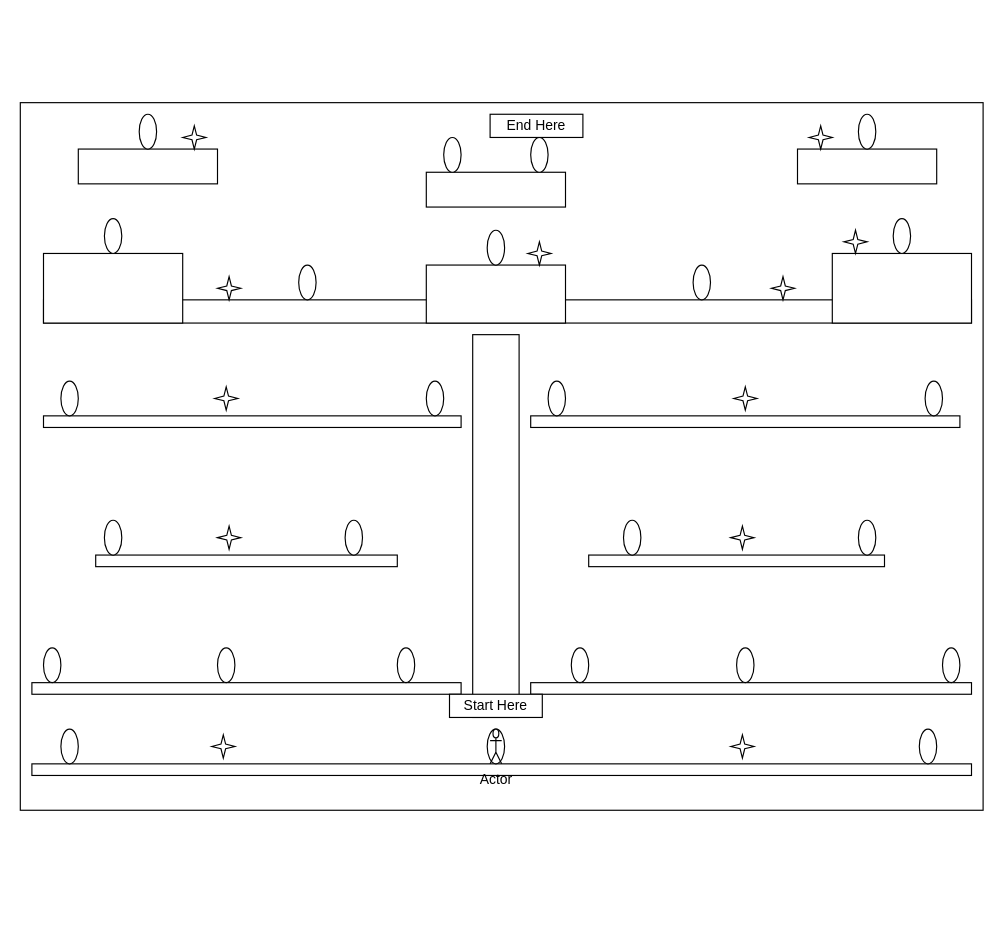
Earlier version of the draw.io diagram Untitled Diagram.drawio (Dvogel345/Capstone-Project1). Source tidied: cells renumbered, new cells numbered last; positions are measured from the earlier drawing's top-left corner, leaving out a move shared by most shapes. Both pictures are drawn from the tidied source at 116%, with x=0, y=0 at pixel (20, 102).
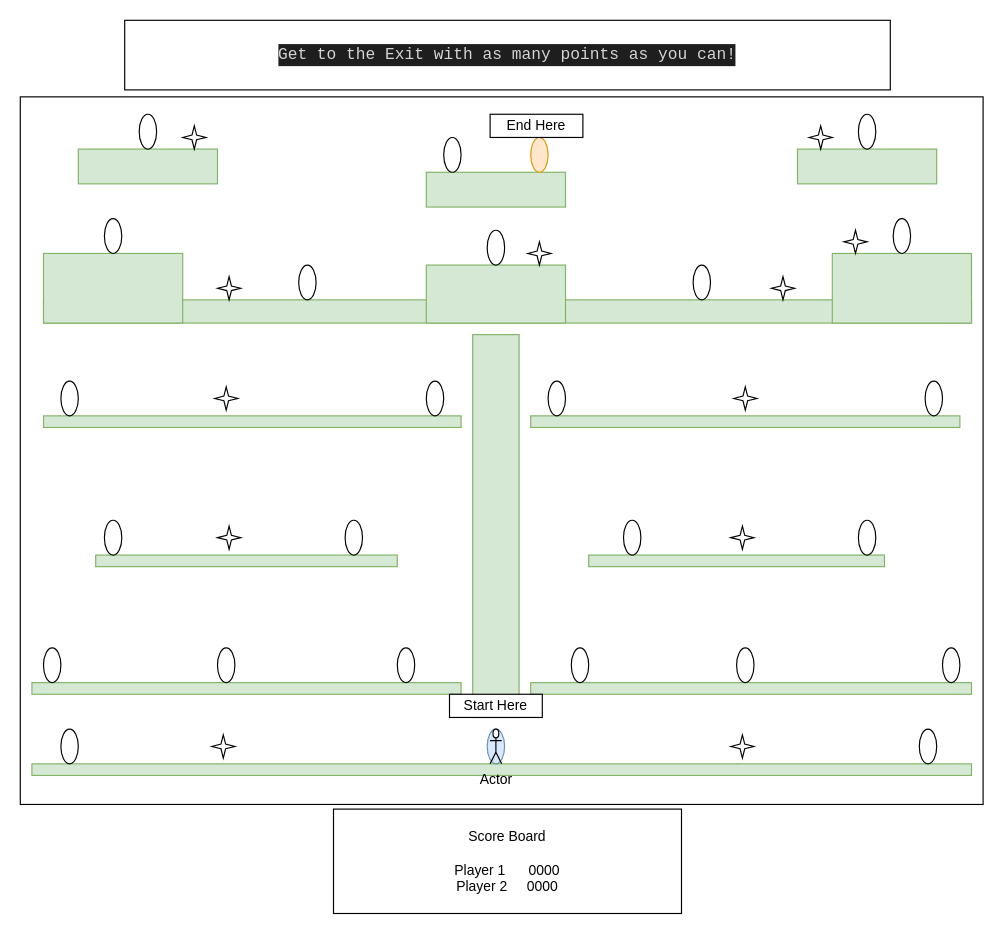
The same page after the edit.

Commit message:
Added title and scoreboard to markup.drawio

What changed in the source:
```diff
@@
     <mxCell id="2" style="rounded=0;whiteSpace=wrap;html=1;" parent="1" vertex="1">
-      <mxGeometry width="830" height="610" as="geometry" />
+      <mxGeometry y="-5" width="830" height="610" as="geometry" />
     </mxCell>
-    <mxCell id="3" style="rounded=0;whiteSpace=wrap;html=1;" parent="1" vertex="1">
+    <mxCell id="3" style="rounded=0;whiteSpace=wrap;html=1;fillColor=#d5e8d4;strokeColor=#82b366;" parent="1" vertex="1">
       <mxGeometry x="10" y="570" width="810" height="10" as="geometry" />
     </mxCell>
-    <mxCell id="4" style="rounded=0;whiteSpace=wrap;html=1;" parent="1" vertex="1">
+    <mxCell id="4" style="rounded=0;whiteSpace=wrap;html=1;fillColor=#d5e8d4;strokeColor=#82b366;" parent="1" vertex="1">
       <mxGeometry x="10" y="500" width="370" height="10" as="geometry" />
     </mxCell>
-    <mxCell id="5" style="rounded=0;whiteSpace=wrap;html=1;" parent="1" vertex="1">
+    <mxCell id="5" style="rounded=0;whiteSpace=wrap;html=1;fillColor=#d5e8d4;strokeColor=#82b366;" parent="1" vertex="1">
       <mxGeometry x="440" y="500" width="380" height="10" as="geometry" />
     </mxCell>
-    <mxCell id="6" style="rounded=0;whiteSpace=wrap;html=1;" parent="1" vertex="1">
+    <mxCell id="6" style="rounded=0;whiteSpace=wrap;html=1;fillColor=#d5e8d4;strokeColor=#82b366;" parent="1" vertex="1">
       <mxGeometry x="390" y="200" width="40" height="330" as="geometry" />
     </mxCell>
-    <mxCell id="7" style="rounded=0;whiteSpace=wrap;html=1;" parent="1" vertex="1">
+    <mxCell id="7" style="rounded=0;whiteSpace=wrap;html=1;fillColor=#d5e8d4;strokeColor=#82b366;" parent="1" vertex="1">
       <mxGeometry x="20" y="170" width="800" height="20" as="geometry" />
     </mxCell>
-    <mxCell id="8" style="rounded=0;whiteSpace=wrap;html=1;" parent="1" vertex="1">
+    <mxCell id="8" style="rounded=0;whiteSpace=wrap;html=1;fillColor=#d5e8d4;strokeColor=#82b366;" parent="1" vertex="1">
       <mxGeometry x="20" y="130" width="120" height="60" as="geometry" />
     </mxCell>
-    <mxCell id="9" style="rounded=0;whiteSpace=wrap;html=1;" parent="1" vertex="1">
+    <mxCell id="9" style="rounded=0;whiteSpace=wrap;html=1;fillColor=#d5e8d4;strokeColor=#82b366;" parent="1" vertex="1">
       <mxGeometry x="700" y="130" width="120" height="60" as="geometry" />
     </mxCell>
-    <mxCell id="10" style="rounded=0;whiteSpace=wrap;html=1;" parent="1" vertex="1">
+    <mxCell id="10" style="rounded=0;whiteSpace=wrap;html=1;fillColor=#d5e8d4;strokeColor=#82b366;" parent="1" vertex="1">
       <mxGeometry x="350" y="140" width="120" height="50" as="geometry" />
     </mxCell>
-    <mxCell id="11" style="rounded=0;whiteSpace=wrap;html=1;" parent="1" vertex="1">
+    <mxCell id="11" style="rounded=0;whiteSpace=wrap;html=1;fillColor=#d5e8d4;strokeColor=#82b366;" parent="1" vertex="1">
       <mxGeometry x="670" y="40" width="120" height="30" as="geometry" />
     </mxCell>
-    <mxCell id="12" style="rounded=0;whiteSpace=wrap;html=1;" parent="1" vertex="1">
+    <mxCell id="12" style="rounded=0;whiteSpace=wrap;html=1;fillColor=#d5e8d4;strokeColor=#82b366;" parent="1" vertex="1">
       <mxGeometry x="50" y="40" width="120" height="30" as="geometry" />
     </mxCell>
-    <mxCell id="13" style="rounded=0;whiteSpace=wrap;html=1;" parent="1" vertex="1">
+    <mxCell id="13" style="rounded=0;whiteSpace=wrap;html=1;fillColor=#d5e8d4;strokeColor=#82b366;" parent="1" vertex="1">
       <mxGeometry x="350" y="60" width="120" height="30" as="geometry" />
     </mxCell>
-    <mxCell id="14" style="rounded=0;whiteSpace=wrap;html=1;" parent="1" vertex="1">
+    <mxCell id="14" style="rounded=0;whiteSpace=wrap;html=1;fillColor=#d5e8d4;strokeColor=#82b366;" parent="1" vertex="1">
       <mxGeometry x="490" y="390" width="255" height="10" as="geometry" />
     </mxCell>
-    <mxCell id="15" style="rounded=0;whiteSpace=wrap;html=1;" parent="1" vertex="1">
+    <mxCell id="15" style="rounded=0;whiteSpace=wrap;html=1;fillColor=#d5e8d4;strokeColor=#82b366;" parent="1" vertex="1">
       <mxGeometry x="440" y="270" width="370" height="10" as="geometry" />
     </mxCell>
-    <mxCell id="16" style="rounded=0;whiteSpace=wrap;html=1;" parent="1" vertex="1">
+    <mxCell id="16" style="rounded=0;whiteSpace=wrap;html=1;fillColor=#d5e8d4;strokeColor=#82b366;" parent="1" vertex="1">
       <mxGeometry x="65" y="390" width="260" height="10" as="geometry" />
     </mxCell>
-    <mxCell id="17" style="rounded=0;whiteSpace=wrap;html=1;" parent="1" vertex="1">
+    <mxCell id="17" style="rounded=0;whiteSpace=wrap;html=1;fillColor=#d5e8d4;strokeColor=#82b366;" parent="1" vertex="1">
       <mxGeometry x="20" y="270" width="360" height="10" as="geometry" />
     </mxCell>
@@
-    <mxCell id="26" style="ellipse;whiteSpace=wrap;html=1;" parent="1" vertex="1">
+    <mxCell id="26" style="ellipse;whiteSpace=wrap;html=1;fillColor=#dae8fc;strokeColor=#6c8ebf;" parent="1" vertex="1">
       <mxGeometry x="402.5" y="540" width="15" height="30" as="geometry" />
     </mxCell>
@@
-    <mxCell id="29" style="ellipse;whiteSpace=wrap;html=1;" parent="1" vertex="1">
+    <mxCell id="29" style="ellipse;whiteSpace=wrap;html=1;fillColor=#ffe6cc;strokeColor=#d79b00;" parent="1" vertex="1">
       <mxGeometry x="440" y="30" width="15" height="30" as="geometry" />
     </mxCell>
@@
+    <mxCell id="59" value="&lt;div style=&quot;color: rgb(212 , 212 , 212) ; background-color: rgb(30 , 30 , 30) ; font-family: &amp;#34;consolas&amp;#34; , &amp;#34;courier new&amp;#34; , monospace ; font-size: 14px ; line-height: 19px&quot;&gt;Get to the Exit with as many points as you can!&lt;/div&gt;" style="rounded=0;whiteSpace=wrap;html=1;" parent="1" vertex="1">
+      <mxGeometry x="90" y="-71" width="660" height="60" as="geometry" />
+    </mxCell>
+    <mxCell id="60" value="Score Board&lt;br&gt;&lt;br&gt;Player 1&amp;nbsp;&lt;span style=&quot;white-space: pre&quot;&gt; &lt;/span&gt;&lt;span style=&quot;white-space: pre&quot;&gt; &lt;/span&gt;&lt;span style=&quot;white-space: pre&quot;&gt; &lt;/span&gt;&lt;span style=&quot;white-space: pre&quot;&gt; &lt;/span&gt;&lt;span style=&quot;white-space: pre&quot;&gt; &lt;/span&gt;0000&lt;br&gt;Player 2&lt;span style=&quot;white-space: pre&quot;&gt; &lt;/span&gt;&lt;span style=&quot;white-space: pre&quot;&gt; &lt;/span&gt;&lt;span style=&quot;white-space: pre&quot;&gt; &lt;/span&gt;&lt;span style=&quot;white-space: pre&quot;&gt; &lt;/span&gt;&lt;span style=&quot;white-space: pre&quot;&gt; &lt;/span&gt;0000" style="whiteSpace=wrap;html=1;" parent="1" vertex="1">
+      <mxGeometry x="270" y="609" width="300" height="90" as="geometry" />
+    </mxCell>
```
